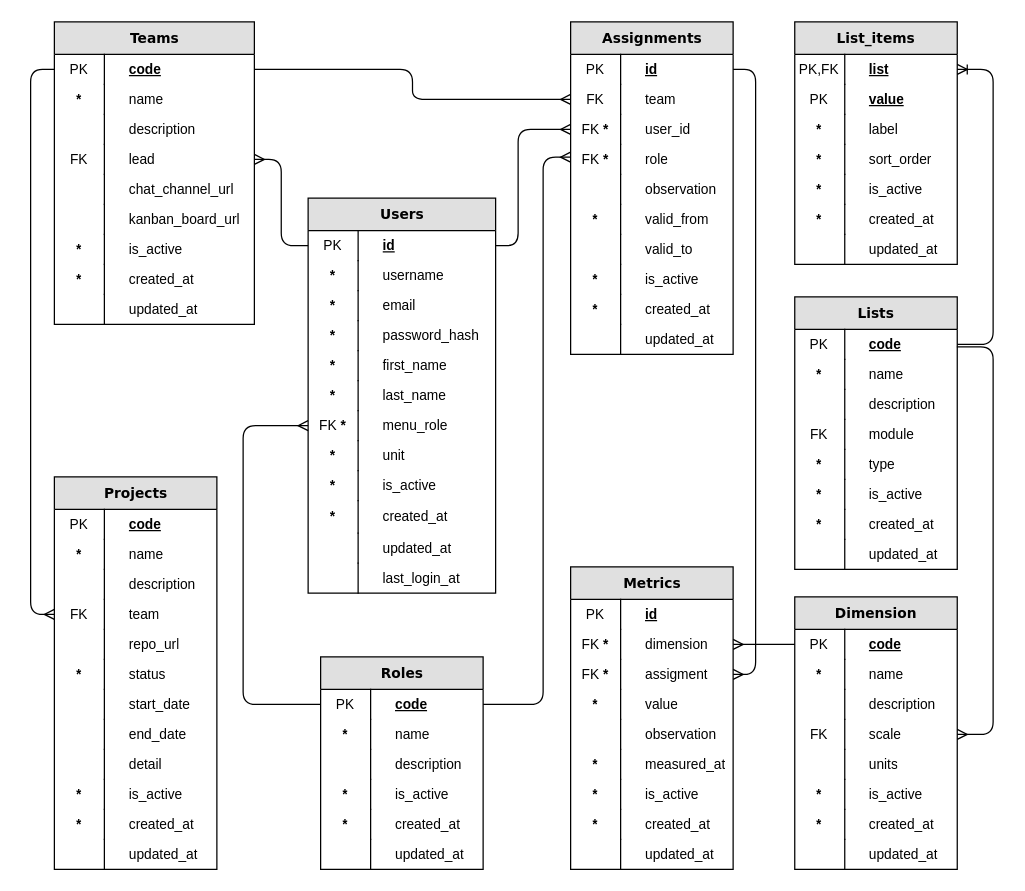
This is page "Collab" (4 of 7) of docs/models.drawio from abc-flex/synapxia, a draw.io file, before an edit. Source tidied: cells renumbered, new cells numbered last; positions are measured from the earlier drawing's top-left corner, leaving out a move shared by most shapes. Both pictures are drawn from the tidied source at 125%, with x=0, y=0 at pixel (30, 21).
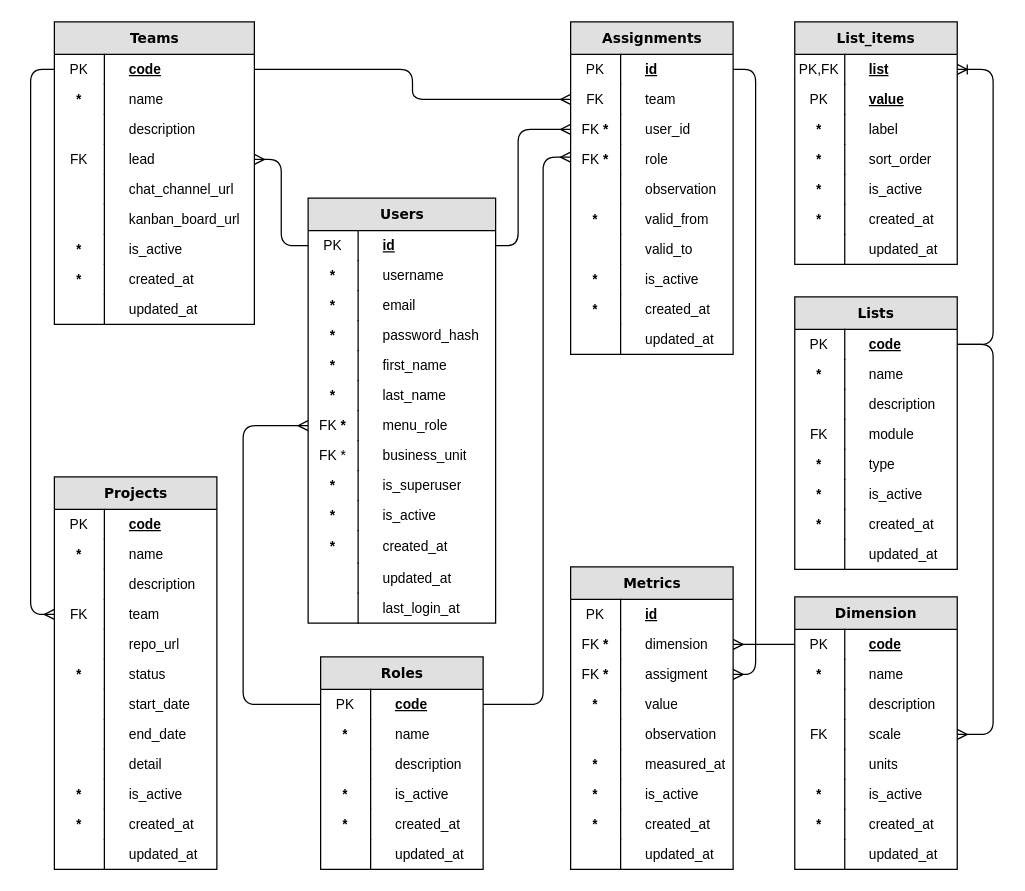
The same page after the edit.

Unchanged cells that the change refers to:
```xml
<mxCell id="9" value="scale" style="shape=partialRectangle;top=0;left=0;right=0;bottom=0;html=1;align=left;verticalAlign=middle;fillColor=none;spacingLeft=60;spacingRight=4;whiteSpace=wrap;overflow=hidden;points=[[0,0.5],[1,0.5]];portConstraint=eastwest;fontStyle=0;fontSize=11;spacing=0;" parent="2" vertex="1">
  <mxGeometry y="98" width="130" height="24" as="geometry" />
</mxCell>
<mxCell id="141" value="&lt;u&gt;code&lt;/u&gt;" style="shape=partialRectangle;top=0;left=0;right=0;bottom=0;html=1;align=left;verticalAlign=middle;fillColor=none;spacingLeft=60;spacingRight=4;whiteSpace=wrap;overflow=hidden;points=[[0,0.5],[1,0.5]];portConstraint=eastwest;fontStyle=1;fontSize=11;spacing=0;" parent="140" vertex="1">
  <mxGeometry y="26" width="130" height="24" as="geometry" />
</mxCell>
```

What changed in the source:
```diff
@@
     <mxCell id="47" value="&lt;font&gt;Users&lt;/font&gt;" style="swimlane;html=1;fontStyle=1;horizontal=1;startSize=26;fillColor=#e0e0e0;swimlaneFillColor=#ffffff;align=center;rounded=0;shadow=0;comic=0;labelBackgroundColor=none;strokeWidth=1;fontFamily=Verdana;fontSize=11;spacing=0;" parent="1" vertex="1">
-      <mxGeometry x="222" y="141" width="150" height="316" as="geometry" />
+      <mxGeometry x="222" y="141" width="150" height="340" as="geometry" />
     </mxCell>
@@
-    <mxCell id="62" value="unit" style="shape=partialRectangle;top=0;left=0;right=0;bottom=0;html=1;align=left;verticalAlign=middle;fillColor=none;spacingLeft=60;spacingRight=4;whiteSpace=wrap;overflow=hidden;fontStyle=0;fontSize=11;spacing=0;" parent="47" vertex="1">
+    <mxCell id="62" value="business_unit" style="shape=partialRectangle;top=0;left=0;right=0;bottom=0;html=1;align=left;verticalAlign=middle;fillColor=none;spacingLeft=60;spacingRight=4;whiteSpace=wrap;overflow=hidden;fontStyle=0;fontSize=11;spacing=0;" parent="47" vertex="1">
       <mxGeometry y="194" width="150" height="24" as="geometry" />
     </mxCell>
-    <mxCell id="63" value="&lt;b&gt;*&lt;/b&gt;" style="shape=partialRectangle;fontStyle=0;top=0;left=0;bottom=0;html=1;fillColor=none;align=center;verticalAlign=middle;spacingLeft=4;spacingRight=4;whiteSpace=wrap;overflow=hidden;fontSize=11;spacing=0;" parent="62" vertex="1">
+    <mxCell id="63" value="FK *" style="shape=partialRectangle;fontStyle=0;top=0;left=0;bottom=0;html=1;fillColor=none;align=center;verticalAlign=middle;spacingLeft=4;spacingRight=4;whiteSpace=wrap;overflow=hidden;fontSize=11;spacing=0;" parent="62" vertex="1">
       <mxGeometry width="40" height="24" as="geometry" />
     </mxCell>
+    <mxCell id="183" value="is_superuser" style="shape=partialRectangle;top=0;left=0;right=0;bottom=0;html=1;align=left;verticalAlign=middle;fillColor=none;spacingLeft=60;spacingRight=4;whiteSpace=wrap;overflow=hidden;fontStyle=0;fontSize=11;spacing=0;" parent="47" vertex="1">
+      <mxGeometry y="218" width="150" height="24" as="geometry" />
+    </mxCell>
+    <mxCell id="184" value="&lt;b&gt;*&lt;/b&gt;" style="shape=partialRectangle;fontStyle=0;top=0;left=0;bottom=0;html=1;fillColor=none;align=center;verticalAlign=middle;spacingLeft=4;spacingRight=4;whiteSpace=wrap;overflow=hidden;fontSize=11;spacing=0;" parent="183" vertex="1">
+      <mxGeometry width="40" height="24" as="geometry" />
+    </mxCell>
     <mxCell id="64" value="is_active" style="shape=partialRectangle;top=0;left=0;right=0;bottom=0;html=1;align=left;verticalAlign=middle;fillColor=none;spacingLeft=60;spacingRight=4;whiteSpace=wrap;overflow=hidden;fontStyle=0;fontSize=11;spacing=0;" parent="47" vertex="1">
-      <mxGeometry y="218" width="150" height="24" as="geometry" />
+      <mxGeometry y="242" width="150" height="24" as="geometry" />
     </mxCell>
@@
     <mxCell id="66" value="created_at" style="shape=partialRectangle;top=0;left=0;right=0;bottom=0;html=1;align=left;verticalAlign=middle;fillColor=none;spacingLeft=60;spacingRight=4;whiteSpace=wrap;overflow=hidden;fontStyle=0;fontSize=11;spacing=0;" parent="47" vertex="1">
-      <mxGeometry y="242" width="150" height="26" as="geometry" />
+      <mxGeometry y="266" width="150" height="26" as="geometry" />
     </mxCell>
@@
     <mxCell id="68" value="updated_at" style="shape=partialRectangle;top=0;left=0;right=0;bottom=0;html=1;align=left;verticalAlign=middle;fillColor=none;spacingLeft=60;spacingRight=4;whiteSpace=wrap;overflow=hidden;fontStyle=0;fontSize=11;spacing=0;" parent="47" vertex="1">
-      <mxGeometry y="268" width="150" height="24" as="geometry" />
+      <mxGeometry y="292" width="150" height="24" as="geometry" />
     </mxCell>
@@
     <mxCell id="70" value="last_login_at" style="shape=partialRectangle;top=0;left=0;right=0;bottom=0;html=1;align=left;verticalAlign=middle;fillColor=none;spacingLeft=60;spacingRight=4;whiteSpace=wrap;overflow=hidden;fontStyle=0;fontSize=11;spacing=0;" parent="47" vertex="1">
-      <mxGeometry y="292" width="150" height="24" as="geometry" />
+      <mxGeometry y="316" width="150" height="24" as="geometry" />
     </mxCell>
@@
-    <mxCell id="158" style="edgeStyle=elbowEdgeStyle;html=1;startArrow=none;endArrow=ERmany;rounded=1;fontFamily=Verdana;fontSize=11;fontStyle=1;spacing=0;startFill=0;entryX=1;entryY=0.5;entryDx=0;entryDy=0;" parent="1" edge="1" target="9">
+    <mxCell id="158" style="edgeStyle=elbowEdgeStyle;html=1;startArrow=none;endArrow=ERmany;rounded=1;fontFamily=Verdana;fontSize=11;fontStyle=1;spacing=0;startFill=0;entryX=1;entryY=0.5;entryDx=0;entryDy=0;" parent="1" edge="1" source="141" target="9">
       <mxGeometry relative="1" as="geometry">
-        <mxPoint x="741" y="260" as="sourcePoint" />
         <Array as="points">
           <mxPoint x="770" y="420" />
         </Array>
       </mxGeometry>
     </mxCell>
```
